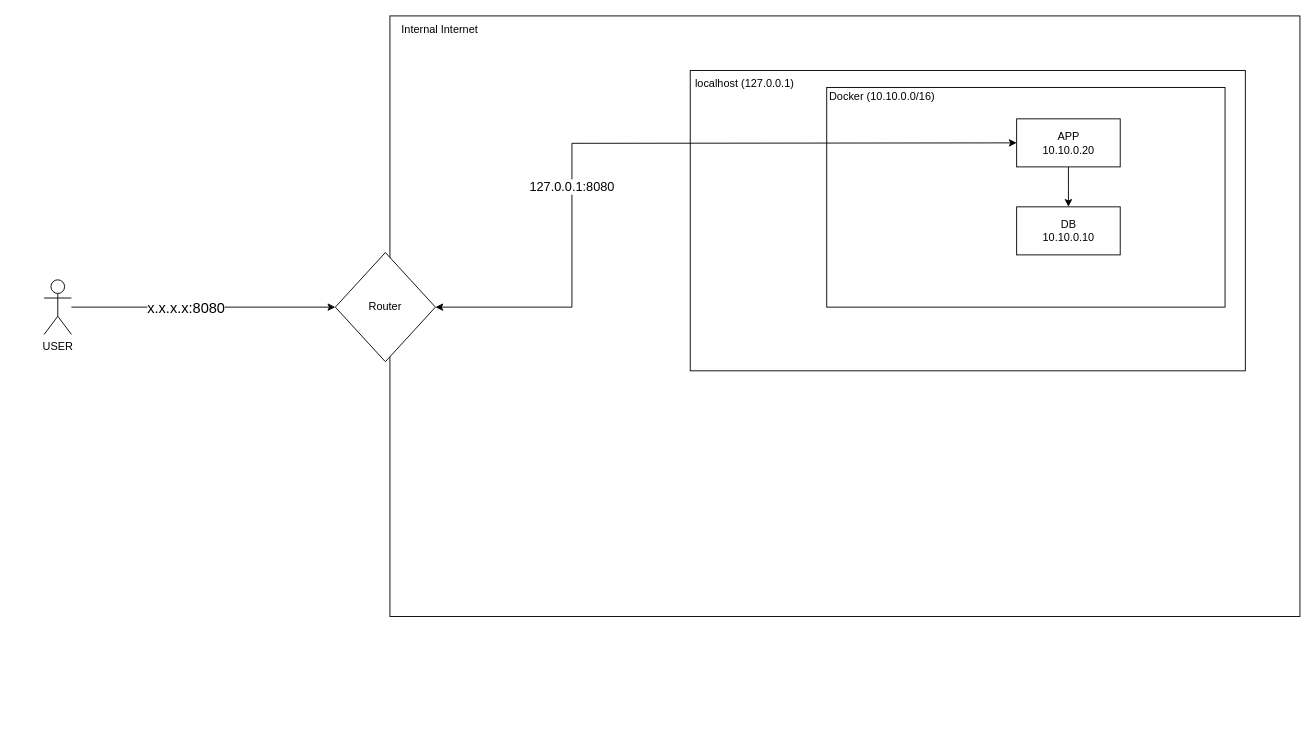
Before: diagram.drawio in longnt258/simple_application, a draw.io diagram. Source tidied: cells renumbered, new cells numbered last; positions are measured from the earlier drawing's top-left corner, leaving out a move shared by most shapes. Both pictures are drawn from the tidied source at 91%, with x=0, y=0 at pixel (44, 15).
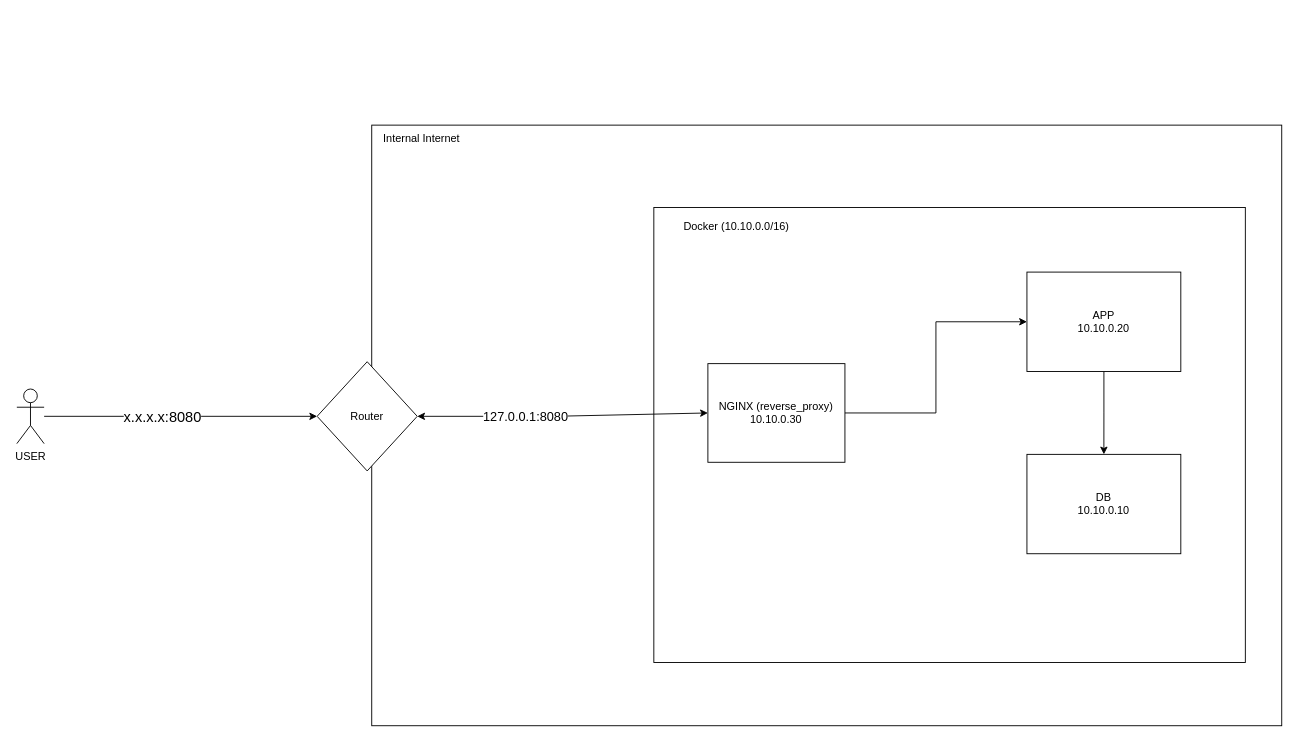
The same diagram, later.

Commit message (it also covers changes not shown here):
Update #7: Setup a reverse-proxy

Unchanged cells that the change refers to:
```xml
<mxCell id="7" value="Router" style="rhombus;whiteSpace=wrap;html=1;" parent="5" vertex="1">
  <mxGeometry y="260" width="110" height="120" as="geometry" />
</mxCell>
```

Diff of the diagram source:
```diff
@@
     <mxCell id="4" value="USER" style="shape=umlActor;verticalLabelPosition=bottom;verticalAlign=top;html=1;outlineConnect=0;" parent="1" vertex="1">
-      <mxGeometry y="290" width="30" height="60" as="geometry" />
+      <mxGeometry x="-30" y="410" width="30" height="60" as="geometry" />
     </mxCell>
     <mxCell id="5" style="group;" parent="1" vertex="1">
-      <mxGeometry x="320" width="1060" height="660" as="geometry" />
+      <mxGeometry x="300" y="120" width="1060" height="660" as="geometry" />
     </mxCell>
@@
     <mxCell id="9" style="group;" parent="5" vertex="1">
-      <mxGeometry x="390" y="60" width="610" height="330" as="geometry" />
+      <mxGeometry x="400" y="80" width="620" height="510.5" as="geometry" />
     </mxCell>
-    <mxCell id="10" style="rounded=0;whiteSpace=wrap;html=1;" parent="9" vertex="1">
-      <mxGeometry width="610" height="330" as="geometry" />
-    </mxCell>
-    <mxCell id="11" value="localhost (127.0.0.1)" style="text;html=1;align=center;verticalAlign=middle;whiteSpace=wrap;rounded=0;" parent="9" vertex="1">
-      <mxGeometry width="120" height="30" as="geometry" />
-    </mxCell>
     <mxCell id="12" style="group;" parent="9" vertex="1">
-      <mxGeometry x="150" y="18.6" width="437.7" height="241.4" as="geometry" />
+      <mxGeometry x="150" y="70.5" width="470" height="440" as="geometry" />
     </mxCell>
     <mxCell id="13" style="group;" parent="12" vertex="1">
-      <mxGeometry width="437.7" height="241.4" as="geometry" />
+      <mxGeometry x="-180" y="-60" width="650" height="500" as="geometry" />
     </mxCell>
     <mxCell id="14" style="rounded=0;whiteSpace=wrap;html=1;" parent="13" vertex="1">
-      <mxGeometry width="437.7" height="241.4" as="geometry" />
+      <mxGeometry width="650" height="500" as="geometry" />
     </mxCell>
     <mxCell id="15" value="Docker (10.10.0.0/16)" style="text;html=1;align=center;verticalAlign=middle;whiteSpace=wrap;rounded=0;" parent="13" vertex="1">
-      <mxGeometry width="122.4" height="20.7" as="geometry" />
+      <mxGeometry width="181.7" height="42.9" as="geometry" />
     </mxCell>
     <mxCell id="16" style="group;" parent="13" vertex="1">
-      <mxGeometry x="208.7" y="34.5" width="113.8" height="149.5" as="geometry" />
+      <mxGeometry x="410" y="71" width="169.1" height="309.5" as="geometry" />
     </mxCell>
@@
     <mxCell id="18" value="APP&lt;br&gt;10.10.0.20" style="rounded=0;whiteSpace=wrap;html=1;" parent="16" vertex="1">
-      <mxGeometry width="113.8" height="52.8" as="geometry" />
+      <mxGeometry width="169.1" height="109.2" as="geometry" />
     </mxCell>
     <mxCell id="19" value="DB&lt;div&gt;10.10.0.10&lt;/div&gt;" style="rounded=0;whiteSpace=wrap;html=1;" parent="16" vertex="1">
-      <mxGeometry y="96.7" width="113.8" height="52.8" as="geometry" />
+      <mxGeometry y="200.3" width="169.1" height="109.2" as="geometry" />
     </mxCell>
+    <mxCell id="22" style="edgeStyle=orthogonalEdgeStyle;rounded=0;jettySize=auto;html=1;entryX=0;entryY=0.5;entryDx=0;entryDy=0;" parent="13" edge="1" source="23" target="18">
+      <mxGeometry relative="1" as="geometry" />
+    </mxCell>
+    <mxCell id="23" value="NGINX (reverse_proxy)&lt;br&gt;10.10.0.30" style="rounded=0;whiteSpace=wrap;html=1;" parent="13" vertex="1">
+      <mxGeometry x="59.4" y="171.6" width="150.6" height="108.4" as="geometry" />
+    </mxCell>
-    <mxCell id="20" style="endArrow=classic;startArrow=classic;html=1;rounded=0;entryX=0;entryY=0.5;entryDx=0;entryDy=0;exitX=1;exitY=0.5;exitDx=0;exitDy=0;" parent="5" edge="1" source="7" target="18">
+    <mxCell id="20" style="endArrow=classic;startArrow=classic;html=1;rounded=0;entryX=0;entryY=0.5;entryDx=0;entryDy=0;exitX=1;exitY=0.5;exitDx=0;exitDy=0;" parent="5" edge="1" source="7" target="23">
       <mxGeometry relative="1" as="geometry">
         <Array as="points">
           <mxPoint x="260" y="320" />
-          <mxPoint x="260" y="140" />
         </Array>
       </mxGeometry>
     </mxCell>
     <mxCell id="21" value="&lt;font style=&quot;font-size: 14px;&quot;&gt;127.0.0.1:8080&lt;/font&gt;" style="edgeLabel;html=1;align=center;verticalAlign=middle;" parent="20" vertex="1">
       <mxGeometry x="-0.26" y="1" relative="1" as="geometry">
-        <mxPoint y="20" as="offset" />
+        <mxPoint y="1" as="offset" />
       </mxGeometry>
     </mxCell>
```
